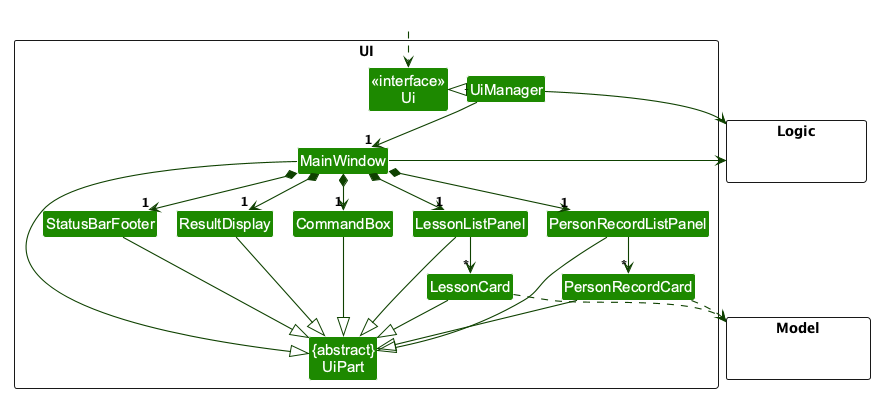
Earlier version of the PlantUML export docs/images/UiClassDiagram.png (AY2627S1-CS2103T-F13-3/tp). The source it was exported from:
```plantuml
@startuml
!pragma layout smetana
!include style.puml
skinparam arrowThickness 1.1
skinparam arrowColor UI_COLOR_T4
skinparam classBackgroundColor UI_COLOR

package UI <<Rectangle>>{
Class "<<interface>>\nUi" as Ui
Class "{abstract}\nUiPart" as UiPart
Class UiManager
Class MainWindow
Class ResultDisplay
Class PersonRecordListPanel
Class PersonRecordCard
Class LessonListPanel
Class LessonCard
Class StatusBarFooter
Class CommandBox
}

package Model <<Rectangle>> {
Class HiddenModel #FFFFFF
}

package Logic <<Rectangle>> {
Class HiddenLogic #FFFFFF
}

Class HiddenOutside #FFFFFF
HiddenOutside ..> Ui

UiManager .left.|> Ui
UiManager -down-> "1" MainWindow
MainWindow *-down->  "1" CommandBox
MainWindow *-down-> "1" ResultDisplay
MainWindow *-down-> "1" PersonRecordListPanel
MainWindow *-down-> "1" LessonListPanel
MainWindow *-down-> "1" StatusBarFooter

PersonRecordListPanel -down-> "*" PersonRecordCard
LessonListPanel -down-> "*" LessonCard

MainWindow -left-|> UiPart

ResultDisplay --|> UiPart
CommandBox --|> UiPart
PersonRecordListPanel --|> UiPart
PersonRecordCard --|> UiPart
LessonListPanel --|> UiPart
LessonCard --|> UiPart
StatusBarFooter --|> UiPart

PersonRecordCard ..> Model
LessonCard ..> Model
UiManager -right-> Logic
MainWindow -left-> Logic

PersonRecordListPanel -[hidden]left- CommandBox
CommandBox -[hidden]left- ResultDisplay
ResultDisplay -[hidden]left- StatusBarFooter

MainWindow -[hidden]-|> UiPart
@enduml
```
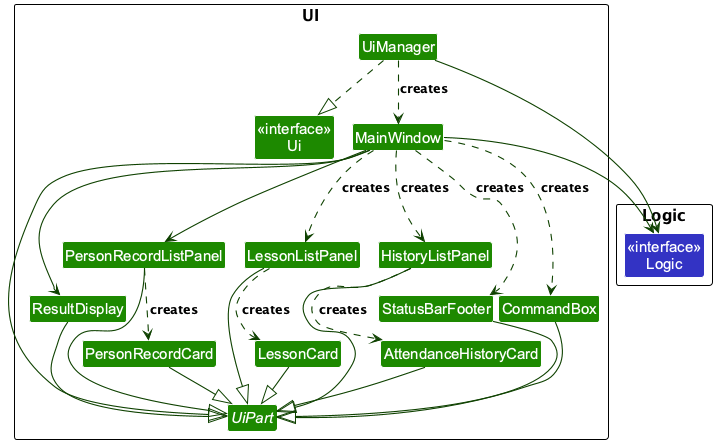
After the commit.

Commit message:
Correct retrieval and UI diagram structure

The edit, as a diff of the source:
```diff
@@ -4,61 +4,51 @@
 skinparam arrowThickness 1.1
 skinparam arrowColor UI_COLOR_T4
 skinparam classBackgroundColor UI_COLOR
+skinparam nodesep 25
+skinparam ranksep 40
 
-package UI <<Rectangle>>{
-Class "<<interface>>\nUi" as Ui
-Class "{abstract}\nUiPart" as UiPart
-Class UiManager
-Class MainWindow
-Class ResultDisplay
-Class PersonRecordListPanel
-Class PersonRecordCard
-Class LessonListPanel
-Class LessonCard
-Class StatusBarFooter
-Class CommandBox
+package UI as UiPackage {
+    class "<<interface>>\nUi" as UiApi
+    abstract class UiPart
+    class UiManager
+    class MainWindow
+    class ResultDisplay
+    class PersonRecordListPanel
+    class PersonRecordCard
+    class LessonListPanel
+    class LessonCard
+    class HistoryListPanel
+    class AttendanceHistoryCard
+    class StatusBarFooter
+    class CommandBox
+}
+package Logic as LogicPackage {
+    class "<<interface>>\nLogic" as LogicApi LOGIC_COLOR
 }
 
-package Model <<Rectangle>> {
-Class HiddenModel #FFFFFF
-}
+UiManager ..|> UiApi
+UiManager ..> MainWindow : creates
+UiManager --> LogicApi
+MainWindow --> LogicApi
+MainWindow --> ResultDisplay
+MainWindow --> PersonRecordListPanel
+MainWindow ..> CommandBox : creates
+MainWindow ..> LessonListPanel : creates
+MainWindow ..> HistoryListPanel : creates
+MainWindow ..> StatusBarFooter : creates
 
-package Logic <<Rectangle>> {
-Class HiddenLogic #FFFFFF
-}
+PersonRecordListPanel ..> PersonRecordCard : creates
+LessonListPanel ..> LessonCard : creates
+HistoryListPanel ..> AttendanceHistoryCard : creates
 
-Class HiddenOutside #FFFFFF
-HiddenOutside ..> Ui
-
-UiManager .left.|> Ui
-UiManager -down-> "1" MainWindow
-MainWindow *-down->  "1" CommandBox
-MainWindow *-down-> "1" ResultDisplay
-MainWindow *-down-> "1" PersonRecordListPanel
-MainWindow *-down-> "1" LessonListPanel
-MainWindow *-down-> "1" StatusBarFooter
-
-PersonRecordListPanel -down-> "*" PersonRecordCard
-LessonListPanel -down-> "*" LessonCard
-
-MainWindow -left-|> UiPart
-
+MainWindow --|> UiPart
 ResultDisplay --|> UiPart
 CommandBox --|> UiPart
 PersonRecordListPanel --|> UiPart
 PersonRecordCard --|> UiPart
 LessonListPanel --|> UiPart
 LessonCard --|> UiPart
+HistoryListPanel --|> UiPart
+AttendanceHistoryCard --|> UiPart
 StatusBarFooter --|> UiPart
-
-PersonRecordCard ..> Model
-LessonCard ..> Model
-UiManager -right-> Logic
-MainWindow -left-> Logic
-
-PersonRecordListPanel -[hidden]left- CommandBox
-CommandBox -[hidden]left- ResultDisplay
-ResultDisplay -[hidden]left- StatusBarFooter
-
-MainWindow -[hidden]-|> UiPart
 @enduml
```
